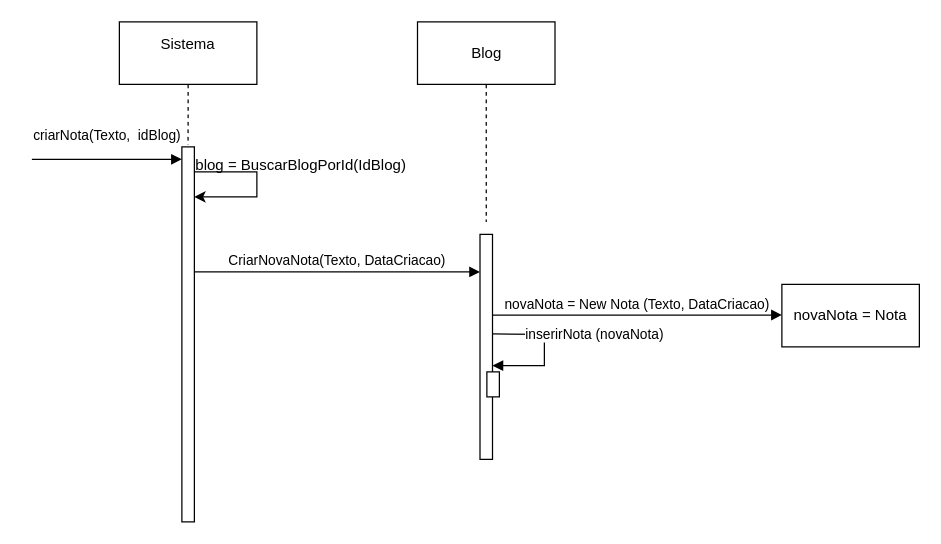
JPleal01/Engenharia_Software keeps this draw.io diagram as DeS_Notas.drawio. Above is the earlier version. Source tidied: cells renumbered, new cells numbered last; positions are measured from the earlier drawing's top-left corner, leaving out a move shared by most shapes. Both pictures are drawn from the tidied source at 125%, with x=0, y=0 at pixel (31, 21).
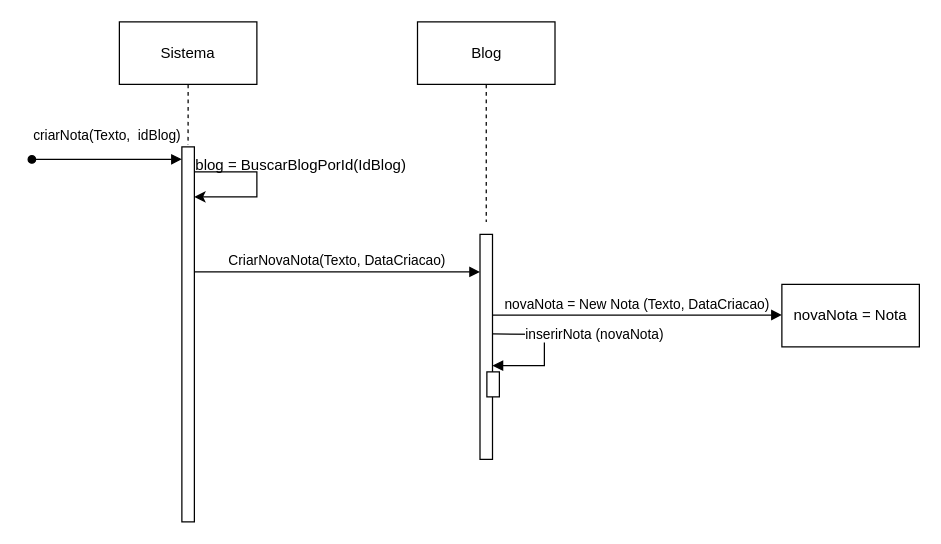
The same page after the edit.

Unchanged cells that the change refers to:
```xml
<mxCell id="6" style="html=1;points=[[0,0,0,0,5],[0,1,0,0,-5],[1,0,0,0,5],[1,1,0,0,-5]];perimeter=orthogonalPerimeter;outlineConnect=0;targetShapes=umlLifeline;portConstraint=eastwest;newEdgeStyle={&quot;curved&quot;:0,&quot;rounded&quot;:0};" parent="1" vertex="1">
  <mxGeometry x="120" y="100" width="10" height="300" as="geometry" />
</mxCell>
```

The edit, as a diff of the source:
```diff
@@
-    <mxCell id="2" value="Sistema&lt;div&gt;&lt;br&gt;&lt;/div&gt;" style="html=1;whiteSpace=wrap;" parent="1" vertex="1">
+    <mxCell id="2" value="Sistema" style="html=1;whiteSpace=wrap;" parent="1" vertex="1">
       <mxGeometry x="70" width="110" height="50" as="geometry" />
     </mxCell>
@@
-    <mxCell id="7" value="criarNota(Texto,&amp;nbsp; idBlog)" style="html=1;verticalAlign=bottom;endArrow=block;curved=0;rounded=0;entryX=0;entryY=0.033;entryDx=0;entryDy=0;entryPerimeter=0;" parent="1" edge="1" target="6">
+    <mxCell id="7" value="criarNota(Texto,&amp;nbsp; idBlog)" style="html=1;verticalAlign=bottom;endArrow=block;curved=0;rounded=0;entryX=0;entryY=0.033;entryDx=0;entryDy=0;entryPerimeter=0;startArrow=oval;startFill=1;" parent="1" edge="1" target="6">
       <mxGeometry y="10" relative="1" as="geometry">
         <mxPoint y="110" as="sourcePoint" />
       </mxGeometry>
     </mxCell>
```
